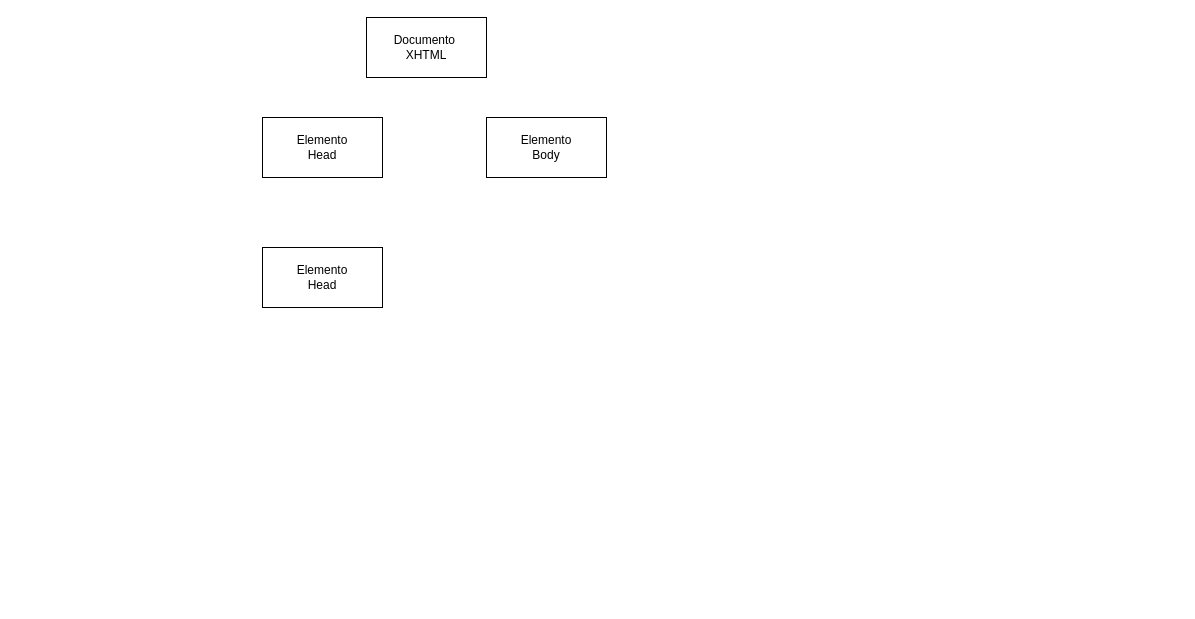
Earlier version of the draw.io diagram Diagrama sin título.drawio (adrichiip/dw2a). Source tidied: cells renumbered, new cells numbered last; positions are measured from the earlier drawing's top-left corner, leaving out a move shared by most shapes. Both pictures are drawn from the tidied source at 100%, with x=0, y=0 at pixel (262, 17).
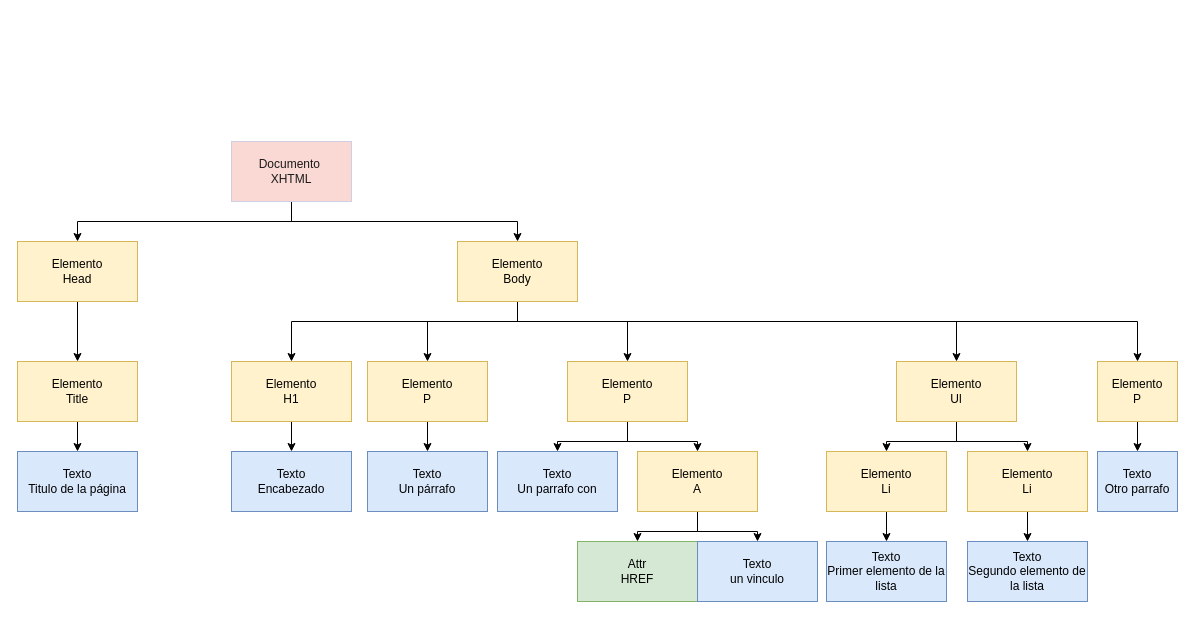
Above is the later version.

Change to the diagram source:
```diff
@@
+    <mxCell id="6" style="edgeStyle=orthogonalEdgeStyle;rounded=0;jettySize=auto;html=1;exitX=0.5;exitY=1;exitDx=0;exitDy=0;entryX=0.5;entryY=0;entryDx=0;entryDy=0;" parent="1" edge="1" source="2" target="3">
+      <mxGeometry relative="1" as="geometry" />
+    </mxCell>
+    <mxCell id="7" style="edgeStyle=orthogonalEdgeStyle;rounded=0;jettySize=auto;html=1;exitX=0.5;exitY=1;exitDx=0;exitDy=0;" parent="1" edge="1" source="2" target="4">
+      <mxGeometry relative="1" as="geometry" />
+    </mxCell>
-    <mxCell id="2" value="Documento&amp;nbsp;&lt;br&gt;XHTML" style="rounded=0;whiteSpace=wrap;html=1;" parent="1" vertex="1">
-      <mxGeometry x="104" width="120" height="60" as="geometry" />
+    <mxCell id="2" value="Documento&amp;nbsp;&lt;br&gt;XHTML" style="rounded=0;whiteSpace=wrap;html=1;labelBackgroundColor=none;fillColor=#FAD9D5;strokeColor=#D0CEE2;fontColor=#1A1A1A;" parent="1" vertex="1">
+      <mxGeometry x="-31" y="124" width="120" height="60" as="geometry" />
     </mxCell>
+    <mxCell id="8" style="edgeStyle=orthogonalEdgeStyle;rounded=0;jettySize=auto;html=1;exitX=0.5;exitY=1;exitDx=0;exitDy=0;entryX=0.5;entryY=0;entryDx=0;entryDy=0;" parent="1" edge="1" source="3" target="5">
+      <mxGeometry relative="1" as="geometry" />
+    </mxCell>
-    <mxCell id="3" value="Elemento&lt;br&gt;Head" style="rounded=0;whiteSpace=wrap;html=1;" parent="1" vertex="1">
-      <mxGeometry y="100" width="120" height="60" as="geometry" />
+    <mxCell id="3" value="Elemento&lt;br&gt;Head" style="rounded=0;whiteSpace=wrap;html=1;labelBackgroundColor=none;fillColor=#fff2cc;strokeColor=#d6b656;" parent="1" vertex="1">
+      <mxGeometry x="-245" y="224" width="120" height="60" as="geometry" />
     </mxCell>
+    <mxCell id="9" style="edgeStyle=orthogonalEdgeStyle;rounded=0;jettySize=auto;html=1;entryX=0.5;entryY=0;entryDx=0;entryDy=0;exitX=0.5;exitY=1;exitDx=0;exitDy=0;" parent="1" edge="1" source="4" target="17">
+      <mxGeometry relative="1" as="geometry">
+        <Array as="points">
+          <mxPoint x="255" y="304" />
+          <mxPoint x="29" y="304" />
+        </Array>
+      </mxGeometry>
+    </mxCell>
+    <mxCell id="10" style="edgeStyle=orthogonalEdgeStyle;rounded=0;jettySize=auto;html=1;exitX=0.5;exitY=1;exitDx=0;exitDy=0;entryX=0.5;entryY=0;entryDx=0;entryDy=0;" parent="1" edge="1" source="4" target="19">
+      <mxGeometry relative="1" as="geometry">
+        <Array as="points">
+          <mxPoint x="255" y="304" />
+          <mxPoint x="165" y="304" />
+        </Array>
+      </mxGeometry>
+    </mxCell>
+    <mxCell id="11" style="edgeStyle=orthogonalEdgeStyle;rounded=0;jettySize=auto;html=1;exitX=0.5;exitY=1;exitDx=0;exitDy=0;entryX=0.5;entryY=0;entryDx=0;entryDy=0;" parent="1" edge="1" source="4" target="22">
+      <mxGeometry relative="1" as="geometry">
+        <Array as="points">
+          <mxPoint x="255" y="304" />
+          <mxPoint x="365" y="304" />
+        </Array>
+      </mxGeometry>
+    </mxCell>
+    <mxCell id="12" style="edgeStyle=orthogonalEdgeStyle;rounded=0;jettySize=auto;html=1;exitX=0.5;exitY=1;exitDx=0;exitDy=0;entryX=0.5;entryY=0;entryDx=0;entryDy=0;" parent="1" edge="1" source="4" target="26">
+      <mxGeometry relative="1" as="geometry">
+        <Array as="points">
+          <mxPoint x="255" y="304" />
+          <mxPoint x="694" y="304" />
+        </Array>
+      </mxGeometry>
+    </mxCell>
+    <mxCell id="13" style="edgeStyle=orthogonalEdgeStyle;rounded=0;jettySize=auto;html=1;exitX=0.5;exitY=1;exitDx=0;exitDy=0;entryX=0.5;entryY=0;entryDx=0;entryDy=0;" parent="1" edge="1" source="4" target="41">
+      <mxGeometry relative="1" as="geometry">
+        <Array as="points">
+          <mxPoint x="255" y="304" />
+          <mxPoint x="875" y="304" />
+        </Array>
+      </mxGeometry>
+    </mxCell>
-    <mxCell id="4" value="Elemento&lt;br&gt;Body" style="rounded=0;whiteSpace=wrap;html=1;" parent="1" vertex="1">
-      <mxGeometry x="224" y="100" width="120" height="60" as="geometry" />
+    <mxCell id="4" value="Elemento&lt;br&gt;Body" style="rounded=0;whiteSpace=wrap;html=1;labelBackgroundColor=none;fillColor=#fff2cc;strokeColor=#d6b656;" parent="1" vertex="1">
+      <mxGeometry x="195" y="224" width="120" height="60" as="geometry" />
     </mxCell>
+    <mxCell id="14" style="edgeStyle=orthogonalEdgeStyle;rounded=0;jettySize=auto;html=1;" parent="1" edge="1" source="5" target="15">
+      <mxGeometry relative="1" as="geometry" />
+    </mxCell>
-    <mxCell id="5" value="Elemento&lt;br&gt;Head" style="rounded=0;whiteSpace=wrap;html=1;" parent="1" vertex="1">
-      <mxGeometry y="230" width="120" height="60" as="geometry" />
+    <mxCell id="5" value="Elemento&lt;br&gt;Title" style="rounded=0;whiteSpace=wrap;html=1;labelBackgroundColor=none;fillColor=#fff2cc;strokeColor=#d6b656;" parent="1" vertex="1">
+      <mxGeometry x="-245" y="344" width="120" height="60" as="geometry" />
     </mxCell>
+    <mxCell id="15" value="Texto&lt;br&gt;Titulo de la página" style="rounded=0;whiteSpace=wrap;html=1;labelBackgroundColor=none;fillColor=#dae8fc;strokeColor=#6c8ebf;" parent="1" vertex="1">
+      <mxGeometry x="-245" y="434" width="120" height="60" as="geometry" />
+    </mxCell>
+    <mxCell id="16" style="edgeStyle=orthogonalEdgeStyle;rounded=0;jettySize=auto;html=1;exitX=0.5;exitY=1;exitDx=0;exitDy=0;entryX=0.5;entryY=0;entryDx=0;entryDy=0;" parent="1" edge="1" source="17" target="32">
+      <mxGeometry relative="1" as="geometry" />
+    </mxCell>
+    <mxCell id="17" value="Elemento&lt;br&gt;H1" style="rounded=0;whiteSpace=wrap;html=1;labelBackgroundColor=none;fillColor=#fff2cc;strokeColor=#d6b656;" parent="1" vertex="1">
+      <mxGeometry x="-31" y="344" width="120" height="60" as="geometry" />
+    </mxCell>
+    <mxCell id="18" style="edgeStyle=orthogonalEdgeStyle;rounded=0;jettySize=auto;html=1;exitX=0.5;exitY=1;exitDx=0;exitDy=0;entryX=0.5;entryY=0;entryDx=0;entryDy=0;" parent="1" edge="1" source="19" target="31">
+      <mxGeometry relative="1" as="geometry" />
+    </mxCell>
+    <mxCell id="19" value="Elemento&lt;br&gt;P" style="rounded=0;whiteSpace=wrap;html=1;labelBackgroundColor=none;fillColor=#fff2cc;strokeColor=#d6b656;" parent="1" vertex="1">
+      <mxGeometry x="105" y="344" width="120" height="60" as="geometry" />
+    </mxCell>
+    <mxCell id="20" style="edgeStyle=orthogonalEdgeStyle;rounded=0;jettySize=auto;html=1;exitX=0.5;exitY=1;exitDx=0;exitDy=0;entryX=0.5;entryY=0;entryDx=0;entryDy=0;" parent="1" edge="1" source="22" target="23">
+      <mxGeometry relative="1" as="geometry" />
+    </mxCell>
+    <mxCell id="21" style="edgeStyle=orthogonalEdgeStyle;rounded=0;jettySize=auto;html=1;exitX=0.5;exitY=1;exitDx=0;exitDy=0;entryX=0.5;entryY=0;entryDx=0;entryDy=0;" parent="1" edge="1" source="22" target="37">
+      <mxGeometry relative="1" as="geometry" />
+    </mxCell>
+    <mxCell id="22" value="Elemento&lt;br&gt;P" style="rounded=0;whiteSpace=wrap;html=1;labelBackgroundColor=none;fillColor=#fff2cc;strokeColor=#d6b656;" parent="1" vertex="1">
+      <mxGeometry x="305" y="344" width="120" height="60" as="geometry" />
+    </mxCell>
+    <mxCell id="23" value="Texto&lt;br&gt;Un parrafo con" style="rounded=0;whiteSpace=wrap;html=1;labelBackgroundColor=none;fillColor=#dae8fc;strokeColor=#6c8ebf;" parent="1" vertex="1">
+      <mxGeometry x="235" y="434" width="120" height="60" as="geometry" />
+    </mxCell>
+    <mxCell id="24" style="edgeStyle=orthogonalEdgeStyle;rounded=0;jettySize=auto;html=1;exitX=0.5;exitY=1;exitDx=0;exitDy=0;entryX=0.5;entryY=0;entryDx=0;entryDy=0;" parent="1" edge="1" source="26" target="28">
+      <mxGeometry relative="1" as="geometry" />
+    </mxCell>
+    <mxCell id="25" style="edgeStyle=orthogonalEdgeStyle;rounded=0;jettySize=auto;html=1;exitX=0.5;exitY=1;exitDx=0;exitDy=0;entryX=0.5;entryY=0;entryDx=0;entryDy=0;" parent="1" edge="1" source="26" target="30">
+      <mxGeometry relative="1" as="geometry" />
+    </mxCell>
+    <mxCell id="26" value="Elemento&lt;br&gt;Ul" style="rounded=0;whiteSpace=wrap;html=1;labelBackgroundColor=none;fillColor=#fff2cc;strokeColor=#d6b656;" parent="1" vertex="1">
+      <mxGeometry x="634" y="344" width="120" height="60" as="geometry" />
+    </mxCell>
+    <mxCell id="27" style="edgeStyle=orthogonalEdgeStyle;rounded=0;jettySize=auto;html=1;exitX=0.5;exitY=1;exitDx=0;exitDy=0;entryX=0.5;entryY=0;entryDx=0;entryDy=0;" parent="1" edge="1" source="28" target="33">
+      <mxGeometry relative="1" as="geometry" />
+    </mxCell>
+    <mxCell id="28" value="Elemento&lt;br&gt;Li" style="rounded=0;whiteSpace=wrap;html=1;labelBackgroundColor=none;fillColor=#fff2cc;strokeColor=#d6b656;" parent="1" vertex="1">
+      <mxGeometry x="564" y="434" width="120" height="60" as="geometry" />
+    </mxCell>
+    <mxCell id="29" style="edgeStyle=orthogonalEdgeStyle;rounded=0;jettySize=auto;html=1;exitX=0.5;exitY=1;exitDx=0;exitDy=0;entryX=0.5;entryY=0;entryDx=0;entryDy=0;" parent="1" edge="1" source="30" target="34">
+      <mxGeometry relative="1" as="geometry" />
+    </mxCell>
+    <mxCell id="30" value="Elemento&lt;br&gt;Li" style="rounded=0;whiteSpace=wrap;html=1;labelBackgroundColor=none;fillColor=#fff2cc;strokeColor=#d6b656;" parent="1" vertex="1">
+      <mxGeometry x="705" y="434" width="120" height="60" as="geometry" />
+    </mxCell>
+    <mxCell id="31" value="Texto&lt;br&gt;Un párrafo" style="rounded=0;whiteSpace=wrap;html=1;labelBackgroundColor=none;fillColor=#dae8fc;strokeColor=#6c8ebf;" parent="1" vertex="1">
+      <mxGeometry x="105" y="434" width="120" height="60" as="geometry" />
+    </mxCell>
+    <mxCell id="32" value="Texto&lt;br&gt;Encabezado" style="rounded=0;whiteSpace=wrap;html=1;labelBackgroundColor=none;fillColor=#dae8fc;strokeColor=#6c8ebf;" parent="1" vertex="1">
+      <mxGeometry x="-31" y="434" width="120" height="60" as="geometry" />
+    </mxCell>
+    <mxCell id="33" value="Texto&lt;br&gt;Primer elemento de la lista" style="rounded=0;whiteSpace=wrap;html=1;labelBackgroundColor=none;fillColor=#dae8fc;strokeColor=#6c8ebf;" parent="1" vertex="1">
+      <mxGeometry x="564" y="524" width="120" height="60" as="geometry" />
+    </mxCell>
+    <mxCell id="34" value="Texto&lt;br&gt;Segundo elemento de la lista" style="rounded=0;whiteSpace=wrap;html=1;labelBackgroundColor=none;fillColor=#dae8fc;strokeColor=#6c8ebf;" parent="1" vertex="1">
+      <mxGeometry x="705" y="524" width="120" height="60" as="geometry" />
+    </mxCell>
+    <mxCell id="35" style="edgeStyle=orthogonalEdgeStyle;rounded=0;jettySize=auto;html=1;exitX=0.5;exitY=1;exitDx=0;exitDy=0;entryX=0.5;entryY=0;entryDx=0;entryDy=0;" parent="1" edge="1" source="37" target="38">
+      <mxGeometry relative="1" as="geometry" />
+    </mxCell>
+    <mxCell id="36" style="edgeStyle=orthogonalEdgeStyle;rounded=0;jettySize=auto;html=1;exitX=0.5;exitY=1;exitDx=0;exitDy=0;entryX=0.5;entryY=0;entryDx=0;entryDy=0;" parent="1" edge="1" source="37" target="39">
+      <mxGeometry relative="1" as="geometry" />
+    </mxCell>
+    <mxCell id="37" value="Elemento&lt;br&gt;A" style="rounded=0;whiteSpace=wrap;html=1;labelBackgroundColor=none;fillColor=#fff2cc;strokeColor=#d6b656;" parent="1" vertex="1">
+      <mxGeometry x="375" y="434" width="120" height="60" as="geometry" />
+    </mxCell>
+    <mxCell id="38" value="Attr&lt;br&gt;HREF" style="rounded=0;whiteSpace=wrap;html=1;labelBackgroundColor=none;fillColor=#d5e8d4;strokeColor=#82b366;" parent="1" vertex="1">
+      <mxGeometry x="315" y="524" width="120" height="60" as="geometry" />
+    </mxCell>
+    <mxCell id="39" value="Texto&lt;br&gt;un vinculo" style="rounded=0;whiteSpace=wrap;html=1;labelBackgroundColor=none;fillColor=#dae8fc;strokeColor=#6c8ebf;" parent="1" vertex="1">
+      <mxGeometry x="435" y="524" width="120" height="60" as="geometry" />
+    </mxCell>
+    <mxCell id="40" style="edgeStyle=orthogonalEdgeStyle;rounded=0;jettySize=auto;html=1;exitX=0.5;exitY=1;exitDx=0;exitDy=0;entryX=0.5;entryY=0;entryDx=0;entryDy=0;" parent="1" edge="1" source="41" target="42">
+      <mxGeometry relative="1" as="geometry" />
+    </mxCell>
+    <mxCell id="41" value="Elemento&lt;br&gt;P" style="rounded=0;whiteSpace=wrap;html=1;labelBackgroundColor=none;fillColor=#fff2cc;strokeColor=#d6b656;" parent="1" vertex="1">
+      <mxGeometry x="835" y="344" width="80" height="60" as="geometry" />
+    </mxCell>
+    <mxCell id="42" value="Texto&lt;br&gt;Otro parrafo" style="rounded=0;whiteSpace=wrap;html=1;labelBackgroundColor=none;fillColor=#dae8fc;strokeColor=#6c8ebf;" parent="1" vertex="1">
+      <mxGeometry x="835" y="434" width="80" height="60" as="geometry" />
+    </mxCell>
```
